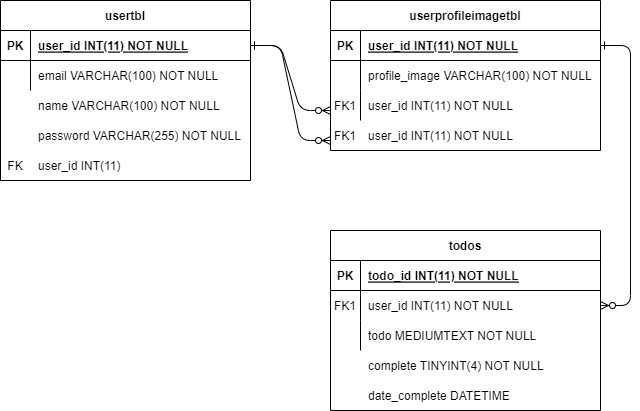
This is public/repoImages/COMP3000_ERD.drawio.png from thomasgardner4PU/COMP3000, a draw.io export, as it was before one commit. Source tidied: cells renumbered, new cells last; positions are measured from the earlier drawing's top-left corner, leaving out a move shared by most shapes. The source it was exported from:
```xml
<mxGraphModel>
  <root>
    <mxCell id="0" />
    <mxCell id="1" parent="0" />
    <mxCell id="2" style="edgeStyle=entityRelationEdgeStyle;endArrow=ERzeroToMany;startArrow=ERone;endFill=1;startFill=0;" parent="1" edge="1" source="25">
      <mxGeometry relative="1" as="geometry">
        <mxPoint x="330" y="110" as="targetPoint" />
      </mxGeometry>
    </mxCell>
    <mxCell id="3" style="edgeStyle=entityRelationEdgeStyle;endArrow=ERzeroToMany;startArrow=ERone;endFill=1;startFill=0;" parent="1" edge="1" source="5" target="18">
      <mxGeometry relative="1" as="geometry" />
    </mxCell>
    <mxCell id="4" value="userprofileimagetbl" style="shape=table;startSize=30;rowLines=0;fontStyle=1;align=center;" parent="1" vertex="1">
      <mxGeometry x="330" width="270" height="150" as="geometry" />
    </mxCell>
    <mxCell id="5" style="shape=partialRectangle;fillColor=none;points=[[0,0.5],[1,0.5]];portConstraint=eastwest;top=0;left=0;right=0;bottom=1;" parent="4" vertex="1">
      <mxGeometry y="30" width="270" height="30" as="geometry" />
    </mxCell>
    <mxCell id="6" value="PK" style="shape=partialRectangle;overflow=hidden;fillColor=none;top=0;left=0;bottom=0;right=0;fontStyle=1;" parent="5" vertex="1">
      <mxGeometry width="30" height="30" as="geometry" />
    </mxCell>
    <mxCell id="7" value="user_id INT(11) NOT NULL " style="shape=partialRectangle;overflow=hidden;fillColor=none;top=0;left=0;bottom=0;right=0;align=left;spacingLeft=6;fontStyle=5;" parent="5" vertex="1">
      <mxGeometry x="30" width="240" height="30" as="geometry" />
    </mxCell>
    <mxCell id="8" style="shape=partialRectangle;fillColor=none;top=0;left=0;right=0;bottom=0;" parent="4" vertex="1">
      <mxGeometry y="60" width="270" height="30" as="geometry" />
    </mxCell>
    <mxCell id="9" style="shape=partialRectangle;overflow=hidden;fillColor=none;top=0;left=0;bottom=0;right=0;" parent="8" vertex="1">
      <mxGeometry width="30" height="30" as="geometry" />
    </mxCell>
    <mxCell id="10" value="profile_image VARCHAR(100) NOT NULL" style="shape=partialRectangle;overflow=hidden;fillColor=none;top=0;left=0;bottom=0;right=0;align=left;spacingLeft=6;" parent="8" vertex="1">
      <mxGeometry x="30" width="240" height="30" as="geometry" />
    </mxCell>
    <mxCell id="11" style="shape=partialRectangle;fillColor=none;top=0;left=0;right=0;bottom=0;" parent="4" vertex="1">
      <mxGeometry y="90" width="270" height="30" as="geometry" />
    </mxCell>
    <mxCell id="12" style="shape=partialRectangle;overflow=hidden;fillColor=none;top=0;left=0;bottom=0;right=0;" parent="11" vertex="1">
      <mxGeometry width="30" height="30" as="geometry" />
    </mxCell>
    <mxCell id="13" style="shape=partialRectangle;overflow=hidden;fillColor=none;top=0;left=0;bottom=0;right=0;align=left;spacingLeft=6;" parent="11" vertex="1">
      <mxGeometry x="30" width="240" height="30" as="geometry" />
    </mxCell>
    <mxCell id="14" value="todos" style="shape=table;startSize=30;rowLines=0;fontStyle=1;align=center;" parent="1" vertex="1">
      <mxGeometry x="330" y="230" width="270" height="180" as="geometry" />
    </mxCell>
    <mxCell id="15" style="shape=partialRectangle;fillColor=none;top=0;left=0;right=0;bottom=1;" parent="14" vertex="1">
      <mxGeometry y="30" width="270" height="30" as="geometry" />
    </mxCell>
    <mxCell id="16" value="PK" style="shape=partialRectangle;overflow=hidden;fillColor=none;top=0;left=0;bottom=0;right=0;fontStyle=1;" parent="15" vertex="1">
      <mxGeometry width="30" height="30" as="geometry" />
    </mxCell>
    <mxCell id="17" value="todo_id INT(11) NOT NULL " style="shape=partialRectangle;overflow=hidden;fillColor=none;top=0;left=0;bottom=0;right=0;align=left;spacingLeft=6;fontStyle=5;" parent="15" vertex="1">
      <mxGeometry x="30" width="240" height="30" as="geometry" />
    </mxCell>
    <mxCell id="18" style="shape=partialRectangle;fillColor=none;points=[[0,0.5],[1,0.5]];portConstraint=eastwest;top=0;left=0;right=0;bottom=0;" parent="14" vertex="1">
      <mxGeometry y="60" width="270" height="30" as="geometry" />
    </mxCell>
    <mxCell id="19" value="FK1" style="shape=partialRectangle;overflow=hidden;fillColor=none;top=0;left=0;bottom=0;right=0;" parent="18" vertex="1">
      <mxGeometry width="30" height="30" as="geometry" />
    </mxCell>
    <mxCell id="20" value="user_id INT(11) NOT NULL" style="shape=partialRectangle;overflow=hidden;fillColor=none;top=0;left=0;bottom=0;right=0;align=left;spacingLeft=6;" parent="18" vertex="1">
      <mxGeometry x="30" width="240" height="30" as="geometry" />
    </mxCell>
    <mxCell id="21" style="shape=partialRectangle;fillColor=none;top=0;left=0;right=0;bottom=0;" parent="14" vertex="1">
      <mxGeometry y="90" width="270" height="30" as="geometry" />
    </mxCell>
    <mxCell id="22" style="shape=partialRectangle;overflow=hidden;fillColor=none;top=0;left=0;bottom=0;right=0;" parent="21" vertex="1">
      <mxGeometry width="30" height="30" as="geometry" />
    </mxCell>
    <mxCell id="23" value="todo MEDIUMTEXT NOT NULL" style="shape=partialRectangle;overflow=hidden;fillColor=none;top=0;left=0;bottom=0;right=0;align=left;spacingLeft=6;" parent="21" vertex="1">
      <mxGeometry x="30" width="240" height="30" as="geometry" />
    </mxCell>
    <mxCell id="24" value="usertbl" style="shape=table;startSize=30;rowLines=0;fontStyle=1;align=center;" parent="1" vertex="1">
      <mxGeometry width="250" height="180" as="geometry" />
    </mxCell>
    <mxCell id="25" style="shape=partialRectangle;fillColor=none;points=[[0,0.5],[1,0.5]];portConstraint=eastwest;top=0;left=0;right=0;bottom=1;" parent="24" vertex="1">
      <mxGeometry y="30" width="250" height="30" as="geometry" />
    </mxCell>
    <mxCell id="26" value="PK" style="shape=partialRectangle;overflow=hidden;fillColor=none;top=0;left=0;bottom=0;right=0;fontStyle=1;" parent="25" vertex="1">
      <mxGeometry width="30" height="30" as="geometry" />
    </mxCell>
    <mxCell id="27" value="user_id INT(11) NOT NULL " style="shape=partialRectangle;overflow=hidden;fillColor=none;top=0;left=0;bottom=0;right=0;align=left;spacingLeft=6;fontStyle=5;" parent="25" vertex="1">
      <mxGeometry x="30" width="220" height="30" as="geometry" />
    </mxCell>
    <mxCell id="28" style="shape=partialRectangle;fillColor=none;top=0;left=0;right=0;bottom=0;" parent="24" vertex="1">
      <mxGeometry y="60" width="250" height="30" as="geometry" />
    </mxCell>
    <mxCell id="29" style="shape=partialRectangle;overflow=hidden;fillColor=none;top=0;left=0;bottom=0;right=0;" parent="28" vertex="1">
      <mxGeometry width="30" height="30" as="geometry" />
    </mxCell>
    <mxCell id="30" value="email VARCHAR(100) NOT NULL" style="shape=partialRectangle;overflow=hidden;fillColor=none;top=0;left=0;bottom=0;right=0;align=left;spacingLeft=6;" parent="28" vertex="1">
      <mxGeometry x="30" width="220" height="30" as="geometry" />
    </mxCell>
    <mxCell id="31" value="name VARCHAR(100) NOT NULL" style="shape=partialRectangle;overflow=hidden;fillColor=none;top=0;left=0;bottom=0;right=0;align=left;spacingLeft=6;" parent="1" vertex="1">
      <mxGeometry x="30" y="90" width="220" height="30" as="geometry" />
    </mxCell>
    <mxCell id="32" value="password VARCHAR(255) NOT NULL" style="shape=partialRectangle;overflow=hidden;fillColor=none;top=0;left=0;bottom=0;right=0;align=left;spacingLeft=6;" parent="1" vertex="1">
      <mxGeometry x="30" y="120" width="220" height="30" as="geometry" />
    </mxCell>
    <mxCell id="33" style="shape=table;startSize=0;rowLines=0;fontStyle=0;align=center;strokeColor=none;fillColor=none;" parent="1" vertex="1">
      <mxGeometry y="150" width="240" height="30" as="geometry" />
    </mxCell>
    <mxCell id="34" style="shape=tableRow;horizontal=0;startSize=0;swimlaneHead=0;swimlaneBody=0;fillColor=none;top=0;left=0;right=0;bottom=0;" parent="33" vertex="1">
      <mxGeometry width="240" height="30" as="geometry" />
    </mxCell>
    <mxCell id="35" value="FK" style="shape=partialRectangle;fillColor=none;top=0;left=0;bottom=0;right=0;fontStyle=0;overflow=hidden;" parent="34" vertex="1">
      <mxGeometry width="30" height="30" as="geometry" />
    </mxCell>
    <mxCell id="36" value="user_id INT(11) " style="shape=partialRectangle;fillColor=none;top=0;left=0;bottom=0;right=0;align=left;spacingLeft=6;fontStyle=0;overflow=hidden;" parent="34" vertex="1">
      <mxGeometry x="30" width="210" height="30" as="geometry" />
    </mxCell>
    <mxCell id="37" value="FK1" style="shape=partialRectangle;overflow=hidden;fillColor=none;top=0;left=0;bottom=0;right=0;" parent="1" vertex="1">
      <mxGeometry x="330" y="90" width="30" height="30" as="geometry" />
    </mxCell>
    <mxCell id="38" value="FK1" style="shape=partialRectangle;overflow=hidden;fillColor=none;top=0;left=0;bottom=0;right=0;" parent="1" vertex="1">
      <mxGeometry x="330" y="120" width="30" height="30" as="geometry" />
    </mxCell>
    <mxCell id="39" value="user_id INT(11) NOT NULL" style="shape=partialRectangle;overflow=hidden;fillColor=none;top=0;left=0;bottom=0;right=0;align=left;spacingLeft=6;" parent="1" vertex="1">
      <mxGeometry x="360" y="90" width="240" height="30" as="geometry" />
    </mxCell>
    <mxCell id="40" value="user_id INT(11) NOT NULL" style="shape=partialRectangle;overflow=hidden;fillColor=none;top=0;left=0;bottom=0;right=0;align=left;spacingLeft=6;" parent="1" vertex="1">
      <mxGeometry x="360" y="120" width="240" height="30" as="geometry" />
    </mxCell>
    <mxCell id="41" style="edgeStyle=entityRelationEdgeStyle;endArrow=ERzeroToMany;startArrow=ERone;endFill=1;startFill=0;exitX=1;exitY=0.5;exitDx=0;exitDy=0;" parent="1" edge="1" source="25">
      <mxGeometry relative="1" as="geometry">
        <mxPoint x="330" y="140" as="targetPoint" />
      </mxGeometry>
    </mxCell>
    <mxCell id="42" value="complete TINYINT(4) NOT NULL" style="shape=partialRectangle;overflow=hidden;fillColor=none;top=0;left=0;bottom=0;right=0;align=left;spacingLeft=6;" parent="1" vertex="1">
      <mxGeometry x="360" y="350" width="240" height="30" as="geometry" />
    </mxCell>
    <mxCell id="43" value="date_complete DATETIME" style="shape=partialRectangle;overflow=hidden;fillColor=none;top=0;left=0;bottom=0;right=0;align=left;spacingLeft=6;" parent="1" vertex="1">
      <mxGeometry x="360" y="380" width="240" height="30" as="geometry" />
    </mxCell>
  </root>
</mxGraphModel>
```
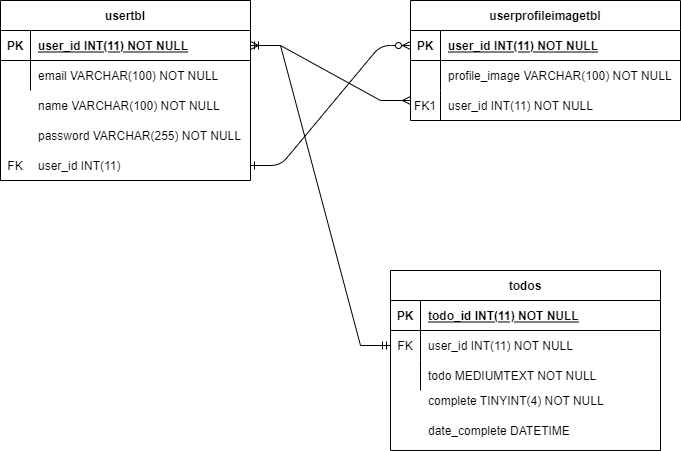
The same diagram one commit later.

Change to the diagram source:
```diff
@@ -2,16 +2,13 @@
   <root>
     <mxCell id="0" />
     <mxCell id="1" parent="0" />
-    <mxCell id="2" style="edgeStyle=entityRelationEdgeStyle;endArrow=ERzeroToMany;startArrow=ERone;endFill=1;startFill=0;" parent="1" edge="1" source="25">
+    <mxCell id="2" style="edgeStyle=entityRelationEdgeStyle;endArrow=ERzeroToMany;startArrow=ERone;endFill=1;startFill=0;entryX=0;entryY=0.5;entryDx=0;entryDy=0;" parent="1" edge="1" target="5">
       <mxGeometry relative="1" as="geometry">
-        <mxPoint x="330" y="110" as="targetPoint" />
+        <mxPoint x="170" y="165" as="sourcePoint" />
       </mxGeometry>
     </mxCell>
-    <mxCell id="3" style="edgeStyle=entityRelationEdgeStyle;endArrow=ERzeroToMany;startArrow=ERone;endFill=1;startFill=0;" parent="1" edge="1" source="5" target="18">
-      <mxGeometry relative="1" as="geometry" />
-    </mxCell>
     <mxCell id="4" value="userprofileimagetbl" style="shape=table;startSize=30;rowLines=0;fontStyle=1;align=center;" parent="1" vertex="1">
-      <mxGeometry x="330" width="270" height="150" as="geometry" />
+      <mxGeometry x="330" width="270" height="120" as="geometry" />
     </mxCell>
     <mxCell id="5" style="shape=partialRectangle;fillColor=none;points=[[0,0.5],[1,0.5]];portConstraint=eastwest;top=0;left=0;right=0;bottom=1;" parent="4" vertex="1">
       <mxGeometry y="30" width="270" height="30" as="geometry" />
@@ -41,7 +38,7 @@
       <mxGeometry x="30" width="240" height="30" as="geometry" />
     </mxCell>
     <mxCell id="14" value="todos" style="shape=table;startSize=30;rowLines=0;fontStyle=1;align=center;" parent="1" vertex="1">
-      <mxGeometry x="330" y="230" width="270" height="180" as="geometry" />
+      <mxGeometry x="310" y="270" width="270" height="180" as="geometry" />
     </mxCell>
     <mxCell id="15" style="shape=partialRectangle;fillColor=none;top=0;left=0;right=0;bottom=1;" parent="14" vertex="1">
       <mxGeometry y="30" width="270" height="30" as="geometry" />
@@ -55,7 +52,7 @@
     <mxCell id="18" style="shape=partialRectangle;fillColor=none;points=[[0,0.5],[1,0.5]];portConstraint=eastwest;top=0;left=0;right=0;bottom=0;" parent="14" vertex="1">
       <mxGeometry y="60" width="270" height="30" as="geometry" />
     </mxCell>
-    <mxCell id="19" value="FK1" style="shape=partialRectangle;overflow=hidden;fillColor=none;top=0;left=0;bottom=0;right=0;" parent="18" vertex="1">
+    <mxCell id="19" value="FK" style="shape=partialRectangle;overflow=hidden;fillColor=none;top=0;left=0;bottom=0;right=0;" parent="18" vertex="1">
       <mxGeometry width="30" height="30" as="geometry" />
     </mxCell>
     <mxCell id="20" value="user_id INT(11) NOT NULL" style="shape=partialRectangle;overflow=hidden;fillColor=none;top=0;left=0;bottom=0;right=0;align=left;spacingLeft=6;" parent="18" vertex="1">
@@ -71,7 +68,7 @@
       <mxGeometry x="30" width="240" height="30" as="geometry" />
     </mxCell>
     <mxCell id="24" value="usertbl" style="shape=table;startSize=30;rowLines=0;fontStyle=1;align=center;" parent="1" vertex="1">
-      <mxGeometry width="250" height="180" as="geometry" />
+      <mxGeometry x="-80" width="250" height="180" as="geometry" />
     </mxCell>
     <mxCell id="25" style="shape=partialRectangle;fillColor=none;points=[[0,0.5],[1,0.5]];portConstraint=eastwest;top=0;left=0;right=0;bottom=1;" parent="24" vertex="1">
       <mxGeometry y="30" width="250" height="30" as="geometry" />
@@ -92,13 +89,13 @@
       <mxGeometry x="30" width="220" height="30" as="geometry" />
     </mxCell>
     <mxCell id="31" value="name VARCHAR(100) NOT NULL" style="shape=partialRectangle;overflow=hidden;fillColor=none;top=0;left=0;bottom=0;right=0;align=left;spacingLeft=6;" parent="1" vertex="1">
-      <mxGeometry x="30" y="90" width="220" height="30" as="geometry" />
+      <mxGeometry x="-50" y="90" width="220" height="30" as="geometry" />
     </mxCell>
     <mxCell id="32" value="password VARCHAR(255) NOT NULL" style="shape=partialRectangle;overflow=hidden;fillColor=none;top=0;left=0;bottom=0;right=0;align=left;spacingLeft=6;" parent="1" vertex="1">
-      <mxGeometry x="30" y="120" width="220" height="30" as="geometry" />
+      <mxGeometry x="-50" y="120" width="220" height="30" as="geometry" />
     </mxCell>
     <mxCell id="33" style="shape=table;startSize=0;rowLines=0;fontStyle=0;align=center;strokeColor=none;fillColor=none;" parent="1" vertex="1">
-      <mxGeometry y="150" width="240" height="30" as="geometry" />
+      <mxGeometry x="-80" y="150" width="240" height="30" as="geometry" />
     </mxCell>
     <mxCell id="34" style="shape=tableRow;horizontal=0;startSize=0;swimlaneHead=0;swimlaneBody=0;fillColor=none;top=0;left=0;right=0;bottom=0;" parent="33" vertex="1">
       <mxGeometry width="240" height="30" as="geometry" />
@@ -112,25 +109,24 @@
     <mxCell id="37" value="FK1" style="shape=partialRectangle;overflow=hidden;fillColor=none;top=0;left=0;bottom=0;right=0;" parent="1" vertex="1">
       <mxGeometry x="330" y="90" width="30" height="30" as="geometry" />
     </mxCell>
-    <mxCell id="38" value="FK1" style="shape=partialRectangle;overflow=hidden;fillColor=none;top=0;left=0;bottom=0;right=0;" parent="1" vertex="1">
-      <mxGeometry x="330" y="120" width="30" height="30" as="geometry" />
-    </mxCell>
     <mxCell id="39" value="user_id INT(11) NOT NULL" style="shape=partialRectangle;overflow=hidden;fillColor=none;top=0;left=0;bottom=0;right=0;align=left;spacingLeft=6;" parent="1" vertex="1">
       <mxGeometry x="360" y="90" width="240" height="30" as="geometry" />
     </mxCell>
-    <mxCell id="40" value="user_id INT(11) NOT NULL" style="shape=partialRectangle;overflow=hidden;fillColor=none;top=0;left=0;bottom=0;right=0;align=left;spacingLeft=6;" parent="1" vertex="1">
-      <mxGeometry x="360" y="120" width="240" height="30" as="geometry" />
-    </mxCell>
-    <mxCell id="41" style="edgeStyle=entityRelationEdgeStyle;endArrow=ERzeroToMany;startArrow=ERone;endFill=1;startFill=0;exitX=1;exitY=0.5;exitDx=0;exitDy=0;" parent="1" edge="1" source="25">
-      <mxGeometry relative="1" as="geometry">
-        <mxPoint x="330" y="140" as="targetPoint" />
-      </mxGeometry>
-    </mxCell>
     <mxCell id="42" value="complete TINYINT(4) NOT NULL" style="shape=partialRectangle;overflow=hidden;fillColor=none;top=0;left=0;bottom=0;right=0;align=left;spacingLeft=6;" parent="1" vertex="1">
-      <mxGeometry x="360" y="350" width="240" height="30" as="geometry" />
+      <mxGeometry x="340" y="385" width="240" height="30" as="geometry" />
     </mxCell>
     <mxCell id="43" value="date_complete DATETIME" style="shape=partialRectangle;overflow=hidden;fillColor=none;top=0;left=0;bottom=0;right=0;align=left;spacingLeft=6;" parent="1" vertex="1">
-      <mxGeometry x="360" y="380" width="240" height="30" as="geometry" />
+      <mxGeometry x="340" y="415" width="240" height="30" as="geometry" />
     </mxCell>
+    <mxCell id="44" style="edgeStyle=entityRelationEdgeStyle;fontSize=12;html=1;endArrow=ERmany;startArrow=ERmany;rounded=0;exitX=1;exitY=0.5;exitDx=0;exitDy=0;" parent="1" edge="1" source="25">
+      <mxGeometry relative="1" as="geometry">
+        <mxPoint x="330" y="100" as="targetPoint" />
+      </mxGeometry>
+    </mxCell>
+    <mxCell id="45" style="edgeStyle=entityRelationEdgeStyle;fontSize=12;html=1;endArrow=ERmandOne;startArrow=ERmandOne;rounded=0;entryX=0;entryY=0.5;entryDx=0;entryDy=0;" parent="1" edge="1" target="18">
+      <mxGeometry relative="1" as="geometry">
+        <mxPoint x="170" y="45" as="sourcePoint" />
+      </mxGeometry>
+    </mxCell>
   </root>
 </mxGraphModel>
```
